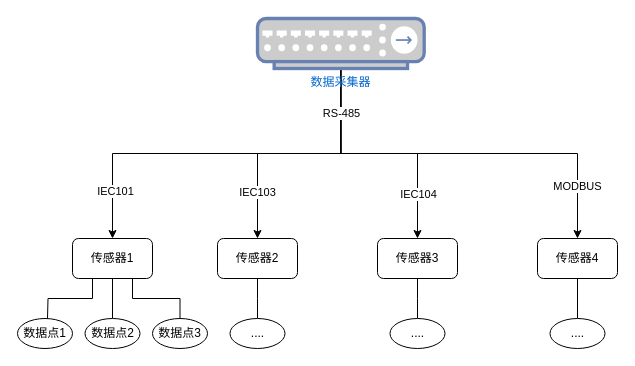
Above: 上海金桥项目数据采集和平台通讯图.drawio in wangyufei0807/draw (draw.io), before the change. Source tidied: cells renumbered, new cells numbered last; positions are measured from the earlier drawing's top-left corner, leaving out a move shared by most shapes. Both pictures are drawn from the tidied source at 100%, with x=0, y=0 at pixel (17, 18).
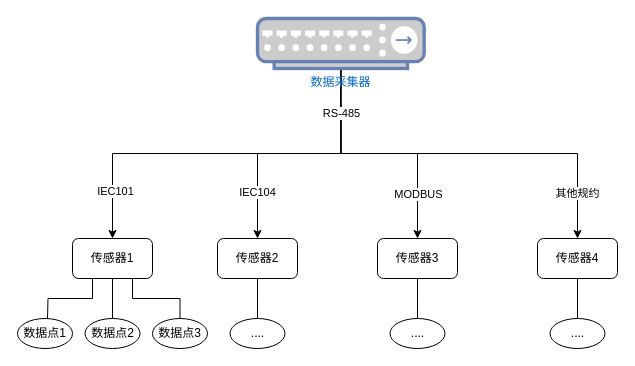
The same diagram, later.

Commit message (it also covers changes not shown here):
更新上海金桥项目数据采集和平台通讯图.drawio

Unchanged cells that the change refers to:
```xml
<mxCell id="4" style="edgeStyle=orthogonalEdgeStyle;rounded=0;jettySize=auto;html=1;exitX=0.5;exitY=1;exitDx=0;exitDy=0;exitPerimeter=0;entryX=0.5;entryY=0;entryDx=0;entryDy=0;" parent="1" edge="1" source="10" target="16">
  <mxGeometry relative="1" as="geometry" />
</mxCell>
<mxCell id="7" style="edgeStyle=orthogonalEdgeStyle;rounded=0;jettySize=auto;html=1;exitX=0.5;exitY=1;exitDx=0;exitDy=0;exitPerimeter=0;entryX=0.5;entryY=0;entryDx=0;entryDy=0;" parent="1" edge="1" source="10" target="20">
  <mxGeometry relative="1" as="geometry" />
</mxCell>
```

Diff of the diagram source:
```diff
@@
-    <mxCell id="5" value="IEC103" style="edgeLabel;html=1;align=center;verticalAlign=middle;" parent="4" vertex="1">
+    <mxCell id="5" value="IEC104" style="edgeLabel;html=1;align=center;verticalAlign=middle;" parent="4" vertex="1">
       <mxGeometry x="0.7" y="-1" relative="1" as="geometry">
         <mxPoint y="-8" as="offset" />
       </mxGeometry>
     </mxCell>
@@
-    <mxCell id="9" value="MODBUS" style="edgeLabel;html=1;align=center;verticalAlign=middle;" parent="7" vertex="1">
-      <mxGeometry x="0.74" y="-1" relative="1" as="geometry" />
+    <mxCell id="9" value="其他规约" style="edgeLabel;html=1;align=center;verticalAlign=middle;" parent="7" vertex="1">
+      <mxGeometry x="0.74" y="-1" relative="1" as="geometry">
+        <mxPoint y="7" as="offset" />
+      </mxGeometry>
     </mxCell>
@@
-    <mxCell id="21" value="IEC104" style="edgeLabel;html=1;align=center;verticalAlign=middle;" parent="1" vertex="1">
+    <mxCell id="21" value="MODBUS" style="edgeLabel;html=1;align=center;verticalAlign=middle;" parent="1" vertex="1">
       <mxGeometry x="400" y="175" as="geometry" />
     </mxCell>
```
